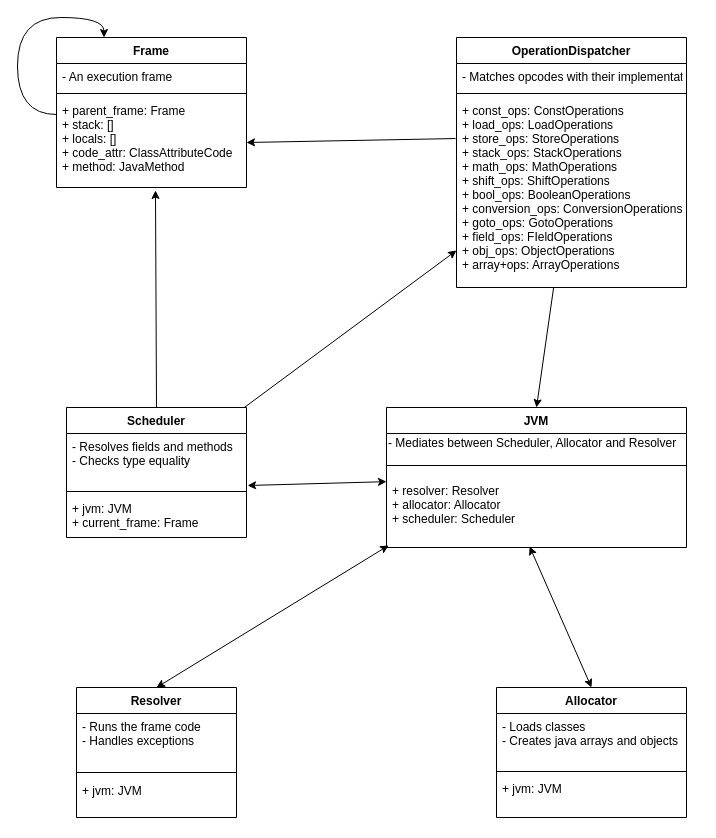
chrimeea/giuseppe keeps this draw.io diagram as diagram.drawio. Above is the earlier version. Source tidied: cells renumbered, new cells numbered last; positions are measured from the earlier drawing's top-left corner, leaving out a move shared by most shapes. Both pictures are drawn from the tidied source at 100%, with x=0, y=0 at pixel (17, 17).
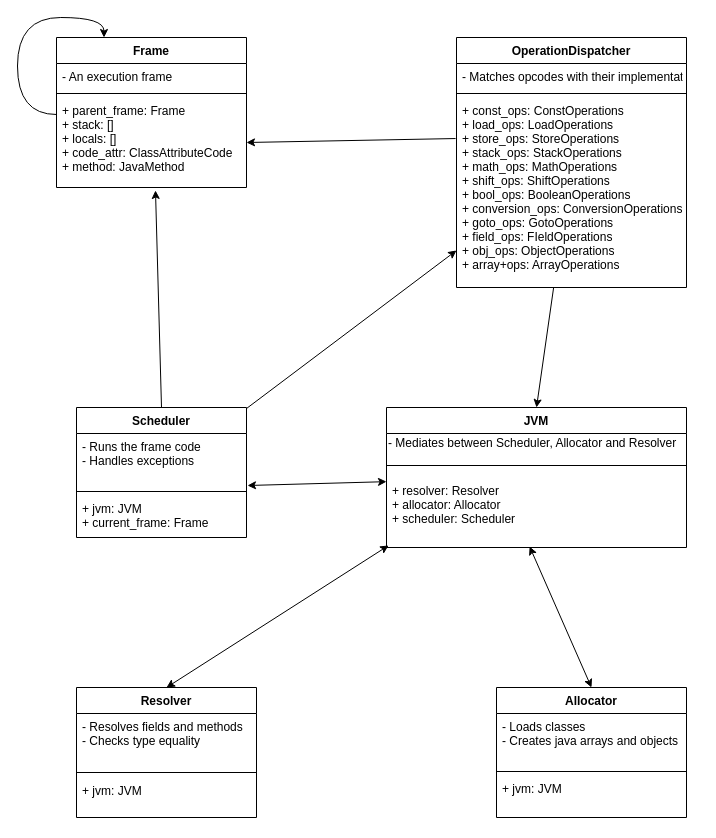
The same page after the edit.

What changed in the source:
```diff
@@
     <mxCell id="13" value="Resolver" style="swimlane;fontStyle=1;align=center;verticalAlign=top;horizontal=1;startSize=26;" parent="1" vertex="1">
-      <mxGeometry x="59" y="670" width="160" height="130" as="geometry" />
+      <mxGeometry x="59" y="670" width="180" height="130" as="geometry" />
     </mxCell>
-    <mxCell id="14" value="- Runs the frame code&#10;- Handles exceptions" style="text;strokeColor=none;fillColor=none;align=left;verticalAlign=top;spacingLeft=4;spacingRight=4;overflow=hidden;" parent="13" vertex="1">
-      <mxGeometry y="26" width="160" height="54" as="geometry" />
+    <mxCell id="14" value="- Resolves fields and methods&#10;- Checks type equality" style="text;strokeColor=none;fillColor=none;align=left;verticalAlign=top;spacingLeft=4;spacingRight=4;overflow=hidden;" parent="13" vertex="1">
+      <mxGeometry y="26" width="180" height="54" as="geometry" />
     </mxCell>
     <mxCell id="15" style="line;strokeWidth=1;fillColor=none;align=left;verticalAlign=middle;spacingTop=-1;spacingLeft=3;spacingRight=3;labelPosition=right;" parent="13" vertex="1">
-      <mxGeometry y="80" width="160" height="10" as="geometry" />
+      <mxGeometry y="80" width="180" height="10" as="geometry" />
     </mxCell>
     <mxCell id="16" value="+ jvm: JVM" style="text;strokeColor=none;fillColor=none;align=left;verticalAlign=top;spacingLeft=4;spacingRight=4;overflow=hidden;" parent="13" vertex="1">
-      <mxGeometry y="90" width="160" height="40" as="geometry" />
+      <mxGeometry y="90" width="180" height="40" as="geometry" />
     </mxCell>
@@
     <mxCell id="19" value="Scheduler" style="swimlane;fontStyle=1;align=center;verticalAlign=top;horizontal=1;startSize=26;" parent="1" vertex="1">
-      <mxGeometry x="49" y="390" width="180" height="130" as="geometry" />
+      <mxGeometry x="59" y="390" width="170" height="130" as="geometry" />
     </mxCell>
-    <mxCell id="20" value="- Resolves fields and methods&#10;- Checks type equality" style="text;strokeColor=none;fillColor=none;align=left;verticalAlign=top;spacingLeft=4;spacingRight=4;overflow=hidden;points=[[0,0.5],[1,0.5]];portConstraint=eastwest;" parent="19" vertex="1">
-      <mxGeometry y="26" width="180" height="54" as="geometry" />
+    <mxCell id="20" value="- Runs the frame code&#10;- Handles exceptions&#10;" style="text;strokeColor=none;fillColor=none;align=left;verticalAlign=top;spacingLeft=4;spacingRight=4;overflow=hidden;points=[[0,0.5],[1,0.5]];portConstraint=eastwest;" parent="19" vertex="1">
+      <mxGeometry y="26" width="170" height="54" as="geometry" />
     </mxCell>
     <mxCell id="21" style="line;strokeWidth=1;fillColor=none;align=left;verticalAlign=middle;spacingTop=-1;spacingLeft=3;spacingRight=3;labelPosition=right;" parent="19" vertex="1">
-      <mxGeometry y="80" width="180" height="8" as="geometry" />
+      <mxGeometry y="80" width="170" height="8" as="geometry" />
     </mxCell>
     <mxCell id="22" value="+ jvm: JVM&#10;+ current_frame: Frame" style="text;strokeColor=none;fillColor=none;align=left;verticalAlign=top;spacingLeft=4;spacingRight=4;overflow=hidden;" parent="19" vertex="1">
-      <mxGeometry y="88" width="180" height="42" as="geometry" />
+      <mxGeometry y="88" width="170" height="42" as="geometry" />
     </mxCell>
```
